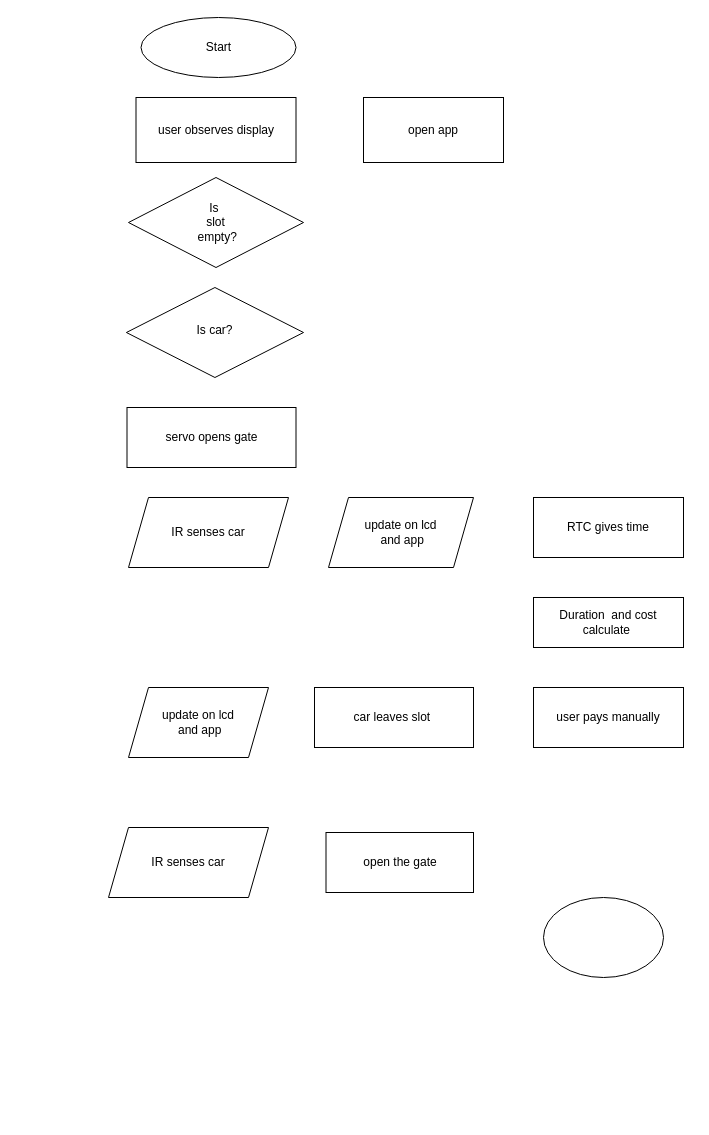
The draw.io diagram Untitled Diagram.drawio in itsmegarvin/MinorProject, before the edit. Source tidied: cells renumbered, new cells numbered last; positions are measured from the earlier drawing's top-left corner, leaving out a move shared by most shapes. Both pictures are drawn from the tidied source at 100%, with x=0, y=0 at pixel (108, 17).
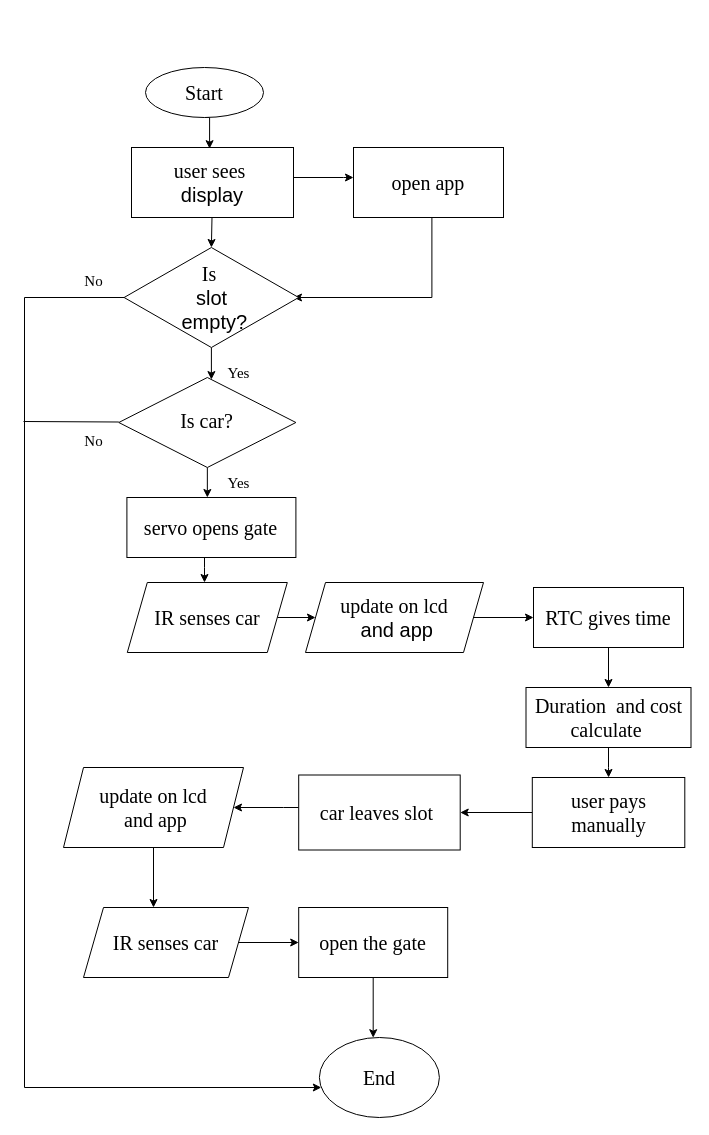
Above is the later version.

What changed in the source:
```diff
@@
+    <mxCell id="18" style="edgeStyle=orthogonalEdgeStyle;rounded=0;jettySize=auto;html=1;" parent="1" edge="1" source="2" target="6">
+      <mxGeometry relative="1" as="geometry">
+        <Array as="points">
+          <mxPoint x="106" y="450" />
+          <mxPoint x="106" y="450" />
+        </Array>
+      </mxGeometry>
+    </mxCell>
-    <mxCell id="2" value="&lt;span style=&quot;background-color: initial;&quot;&gt;Is car?&lt;/span&gt;" style="rhombus;whiteSpace=wrap;html=1;shadow=0;fontFamily=Helvetica;fontSize=12;align=center;strokeWidth=1;spacing=6;spacingTop=-4;" parent="1" vertex="1">
-      <mxGeometry x="17.9" y="270" width="177.1" height="90" as="geometry" />
+    <mxCell id="2" value="&lt;span style=&quot;background-color: initial;&quot;&gt;&lt;font face=&quot;Times New Roman&quot; style=&quot;font-size: 20px;&quot;&gt;Is car?&lt;/font&gt;&lt;/span&gt;" style="rhombus;whiteSpace=wrap;html=1;shadow=0;fontFamily=Helvetica;fontSize=12;align=center;strokeWidth=1;spacing=6;spacingTop=-4;" parent="1" vertex="1">
+      <mxGeometry x="10.3" y="360" width="177.1" height="90" as="geometry" />
     </mxCell>
+    <mxCell id="19" style="edgeStyle=orthogonalEdgeStyle;rounded=0;jettySize=auto;html=1;exitX=0.5;exitY=1;exitDx=0;exitDy=0;entryX=0.482;entryY=0.017;entryDx=0;entryDy=0;entryPerimeter=0;" parent="1" edge="1" source="3" target="7">
+      <mxGeometry relative="1" as="geometry" />
+    </mxCell>
-    <mxCell id="3" value="Start" style="ellipse;whiteSpace=wrap;html=1;" parent="1" vertex="1">
-      <mxGeometry x="32.5" width="155" height="60" as="geometry" />
+    <mxCell id="3" value="&lt;font face=&quot;Times New Roman&quot; style=&quot;font-size: 20px;&quot;&gt;Start&lt;/font&gt;" style="ellipse;whiteSpace=wrap;html=1;" parent="1" vertex="1">
+      <mxGeometry x="37" y="50" width="118" height="50" as="geometry" />
     </mxCell>
+    <mxCell id="20" style="edgeStyle=orthogonalEdgeStyle;rounded=0;jettySize=auto;html=1;" parent="1" edge="1" source="4" target="5">
+      <mxGeometry relative="1" as="geometry" />
+    </mxCell>
-    <mxCell id="4" value="IR senses car" style="shape=parallelogram;perimeter=parallelogramPerimeter;whiteSpace=wrap;html=1;fixedSize=1;" parent="1" vertex="1">
-      <mxGeometry x="20" y="480" width="160" height="70" as="geometry" />
+    <mxCell id="4" value="&lt;font face=&quot;Times New Roman&quot; style=&quot;font-size: 20px;&quot;&gt;IR senses car&lt;/font&gt;" style="shape=parallelogram;perimeter=parallelogramPerimeter;whiteSpace=wrap;html=1;fixedSize=1;" parent="1" vertex="1">
+      <mxGeometry x="18.8" y="565" width="160" height="70" as="geometry" />
     </mxCell>
+    <mxCell id="21" style="edgeStyle=orthogonalEdgeStyle;rounded=0;jettySize=auto;html=1;" parent="1" edge="1" source="5" target="11">
+      <mxGeometry relative="1" as="geometry" />
+    </mxCell>
-    <mxCell id="5" value="update on lcd&lt;div&gt;&amp;nbsp;and app&lt;/div&gt;" style="shape=parallelogram;perimeter=parallelogramPerimeter;whiteSpace=wrap;html=1;fixedSize=1;" parent="1" vertex="1">
-      <mxGeometry x="220" y="480" width="145" height="70" as="geometry" />
+    <mxCell id="5" value="&lt;font face=&quot;Times New Roman&quot; style=&quot;font-size: 20px;&quot;&gt;update on lcd&lt;/font&gt;&lt;div style=&quot;font-size: 20px;&quot;&gt;&lt;font face=&quot;xndN29Kyu_uPDST06nn5&quot; style=&quot;font-size: 20px;&quot;&gt;&amp;nbsp;and app&lt;/font&gt;&lt;/div&gt;" style="shape=parallelogram;perimeter=parallelogramPerimeter;whiteSpace=wrap;html=1;fixedSize=1;" parent="1" vertex="1">
+      <mxGeometry x="197" y="565" width="178" height="70" as="geometry" />
     </mxCell>
+    <mxCell id="22" style="edgeStyle=orthogonalEdgeStyle;rounded=0;jettySize=auto;html=1;" parent="1" edge="1" source="6" target="4">
+      <mxGeometry relative="1" as="geometry">
+        <Array as="points">
+          <mxPoint x="96" y="550" />
+          <mxPoint x="96" y="550" />
+        </Array>
+      </mxGeometry>
+    </mxCell>
-    <mxCell id="6" value="servo opens gate" style="rounded=0;whiteSpace=wrap;html=1;" parent="1" vertex="1">
-      <mxGeometry x="18.5" y="390" width="169" height="60" as="geometry" />
+    <mxCell id="6" value="&lt;font face=&quot;Times New Roman&quot; style=&quot;font-size: 20px;&quot;&gt;servo opens gate&lt;/font&gt;" style="rounded=0;whiteSpace=wrap;html=1;" parent="1" vertex="1">
+      <mxGeometry x="18.4" y="480" width="169" height="60" as="geometry" />
     </mxCell>
+    <mxCell id="23" style="edgeStyle=orthogonalEdgeStyle;rounded=0;jettySize=auto;html=1;entryX=0.5;entryY=0;entryDx=0;entryDy=0;" parent="1" edge="1" target="9">
+      <mxGeometry relative="1" as="geometry">
+        <mxPoint x="103.7" y="190" as="sourcePoint" />
+        <Array as="points">
+          <mxPoint x="102" y="190" />
+        </Array>
+      </mxGeometry>
+    </mxCell>
+    <mxCell id="24" style="edgeStyle=orthogonalEdgeStyle;rounded=0;jettySize=auto;html=1;strokeColor=default;" parent="1" edge="1" source="7" target="8">
+      <mxGeometry relative="1" as="geometry">
+        <Array as="points">
+          <mxPoint x="235" y="160" />
+          <mxPoint x="235" y="160" />
+        </Array>
+      </mxGeometry>
+    </mxCell>
-    <mxCell id="7" value="user observes&lt;span style=&quot;background-color: initial;&quot;&gt;&amp;nbsp;display&lt;/span&gt;" style="rounded=0;whiteSpace=wrap;html=1;" parent="1" vertex="1">
-      <mxGeometry x="27.5" y="80" width="160" height="65" as="geometry" />
+    <mxCell id="7" value="&lt;font style=&quot;font-size: 20px;&quot;&gt;&lt;font face=&quot;Times New Roman&quot; style=&quot;font-size: 20px;&quot;&gt;user sees&amp;nbsp;&lt;/font&gt;&lt;/font&gt;&lt;div style=&quot;font-size: 20px;&quot;&gt;&lt;font face=&quot;jNoKSoAEFJ3FaOSYhEjB&quot; style=&quot;font-size: 20px;&quot;&gt;&lt;span style=&quot;background-color: initial;&quot;&gt;display&lt;/span&gt;&lt;/font&gt;&lt;/div&gt;" style="rounded=0;whiteSpace=wrap;html=1;" parent="1" vertex="1">
+      <mxGeometry x="23" y="130" width="162" height="70" as="geometry" />
     </mxCell>
+    <mxCell id="25" style="edgeStyle=orthogonalEdgeStyle;rounded=0;orthogonalLoop=1;jettySize=auto;html=1;exitX=0.491;exitY=1.059;exitDx=0;exitDy=0;exitPerimeter=0;" parent="1" edge="1">
+      <mxGeometry relative="1" as="geometry">
+        <mxPoint x="323.4" y="200" as="sourcePoint" />
+        <mxPoint x="185" y="280" as="targetPoint" />
+        <Array as="points">
+          <mxPoint x="323" y="280" />
+        </Array>
+      </mxGeometry>
+    </mxCell>
-    <mxCell id="8" value="open app" style="rounded=0;whiteSpace=wrap;html=1;" parent="1" vertex="1">
-      <mxGeometry x="255" y="80" width="140" height="65" as="geometry" />
+    <mxCell id="8" value="&lt;font face=&quot;Times New Roman&quot; style=&quot;font-size: 20px;&quot;&gt;open app&lt;/font&gt;" style="rounded=0;whiteSpace=wrap;html=1;" parent="1" vertex="1">
+      <mxGeometry x="245" y="130" width="150" height="70" as="geometry" />
     </mxCell>
+    <mxCell id="26" style="edgeStyle=orthogonalEdgeStyle;rounded=0;jettySize=auto;html=1;" parent="1" edge="1" source="9" target="2">
+      <mxGeometry relative="1" as="geometry">
+        <Array as="points">
+          <mxPoint x="99" y="320" />
+          <mxPoint x="99" y="320" />
+        </Array>
+      </mxGeometry>
+    </mxCell>
+    <mxCell id="27" style="edgeStyle=orthogonalEdgeStyle;rounded=0;jettySize=auto;html=1;" parent="1" edge="1" source="9" target="16">
+      <mxGeometry relative="1" as="geometry">
+        <Array as="points">
+          <mxPoint x="-84" y="280" />
+          <mxPoint x="-84" y="1070" />
+        </Array>
+      </mxGeometry>
+    </mxCell>
-    <mxCell id="9" value="Is&lt;span style=&quot;background-color: initial;&quot;&gt;&amp;nbsp;&lt;/span&gt;&lt;div&gt;&lt;span style=&quot;background-color: initial;&quot;&gt;slot&lt;/span&gt;&lt;div&gt;&lt;div&gt;&amp;nbsp;empty?&lt;/div&gt;&lt;/div&gt;&lt;/div&gt;" style="rhombus;whiteSpace=wrap;html=1;" parent="1" vertex="1">
-      <mxGeometry x="20" y="160" width="175" height="90" as="geometry" />
+    <mxCell id="9" value="&lt;font face=&quot;Times New Roman&quot; style=&quot;font-size: 20px;&quot;&gt;Is&lt;span style=&quot;background-color: initial;&quot;&gt;&amp;nbsp;&lt;/span&gt;&lt;/font&gt;&lt;div style=&quot;font-size: 20px;&quot;&gt;&lt;span style=&quot;background-color: initial;&quot;&gt;&lt;font face=&quot;rsoMX7ZEUhIfmytFhGRy&quot; style=&quot;font-size: 20px;&quot;&gt;slot&lt;/font&gt;&lt;/span&gt;&lt;div style=&quot;&quot;&gt;&lt;div style=&quot;&quot;&gt;&lt;font face=&quot;rsoMX7ZEUhIfmytFhGRy&quot; style=&quot;font-size: 20px;&quot;&gt;&amp;nbsp;empty?&lt;/font&gt;&lt;/div&gt;&lt;/div&gt;&lt;/div&gt;" style="rhombus;whiteSpace=wrap;html=1;" parent="1" vertex="1">
+      <mxGeometry x="15.6" y="230" width="174.6" height="100" as="geometry" />
     </mxCell>
+    <mxCell id="28" style="edgeStyle=orthogonalEdgeStyle;rounded=0;jettySize=auto;html=1;" parent="1" edge="1" source="10" target="13">
+      <mxGeometry relative="1" as="geometry" />
+    </mxCell>
-    <mxCell id="10" value="user pays manually" style="rounded=0;whiteSpace=wrap;html=1;" parent="1" vertex="1">
-      <mxGeometry x="425" y="670" width="150" height="60" as="geometry" />
+    <mxCell id="10" value="&lt;font face=&quot;Times New Roman&quot; style=&quot;font-size: 20px;&quot;&gt;user pays manually&lt;/font&gt;" style="rounded=0;whiteSpace=wrap;html=1;" parent="1" vertex="1">
+      <mxGeometry x="423.8" y="760" width="152.5" height="70" as="geometry" />
     </mxCell>
+    <mxCell id="29" style="edgeStyle=orthogonalEdgeStyle;rounded=0;jettySize=auto;html=1;" parent="1" edge="1" source="11" target="12">
+      <mxGeometry relative="1" as="geometry" />
+    </mxCell>
-    <mxCell id="11" value="&lt;div&gt;RTC gives time&lt;/div&gt;" style="rounded=0;whiteSpace=wrap;html=1;" parent="1" vertex="1">
-      <mxGeometry x="425" y="480" width="150" height="60" as="geometry" />
+    <mxCell id="11" value="&lt;div&gt;&lt;font face=&quot;Times New Roman&quot; style=&quot;font-size: 20px;&quot;&gt;RTC gives time&lt;/font&gt;&lt;/div&gt;" style="rounded=0;whiteSpace=wrap;html=1;" parent="1" vertex="1">
+      <mxGeometry x="425" y="570" width="150" height="60" as="geometry" />
     </mxCell>
+    <mxCell id="30" style="edgeStyle=orthogonalEdgeStyle;rounded=0;jettySize=auto;html=1;" parent="1" edge="1" source="12" target="10">
+      <mxGeometry relative="1" as="geometry" />
+    </mxCell>
-    <mxCell id="12" value="Duration&amp;nbsp; and cost calculate&amp;nbsp;" style="rounded=0;whiteSpace=wrap;html=1;" parent="1" vertex="1">
-      <mxGeometry x="425" y="580" width="150" height="50" as="geometry" />
+    <mxCell id="12" value="&lt;font face=&quot;Times New Roman&quot; style=&quot;font-size: 20px;&quot;&gt;Duration&amp;nbsp; and cost calculate&amp;nbsp;&lt;/font&gt;" style="rounded=0;whiteSpace=wrap;html=1;" parent="1" vertex="1">
+      <mxGeometry x="417.5" y="670" width="165" height="60" as="geometry" />
     </mxCell>
+    <mxCell id="31" style="edgeStyle=orthogonalEdgeStyle;rounded=0;jettySize=auto;html=1;" parent="1" edge="1" source="13" target="15">
+      <mxGeometry relative="1" as="geometry">
+        <Array as="points">
+          <mxPoint x="175" y="790" />
+          <mxPoint x="175" y="790" />
+        </Array>
+      </mxGeometry>
+    </mxCell>
-    <mxCell id="13" value="car leaves slot&amp;nbsp;" style="rounded=0;whiteSpace=wrap;html=1;" parent="1" vertex="1">
-      <mxGeometry x="206" y="670" width="159" height="60" as="geometry" />
+    <mxCell id="13" value="&lt;font face=&quot;Times New Roman&quot; style=&quot;font-size: 20px;&quot;&gt;car leaves slot&amp;nbsp;&lt;/font&gt;" style="rounded=0;whiteSpace=wrap;html=1;" parent="1" vertex="1">
+      <mxGeometry x="190.2" y="757.5" width="161.5" height="75" as="geometry" />
     </mxCell>
+    <mxCell id="32" style="edgeStyle=orthogonalEdgeStyle;rounded=0;jettySize=auto;html=1;" parent="1" edge="1" source="14" target="16">
+      <mxGeometry relative="1" as="geometry">
+        <Array as="points">
+          <mxPoint x="265" y="930" />
+        </Array>
+      </mxGeometry>
+    </mxCell>
-    <mxCell id="14" value="open the gate" style="rounded=0;whiteSpace=wrap;html=1;" parent="1" vertex="1">
-      <mxGeometry x="217.5" y="815" width="147.5" height="60" as="geometry" />
+    <mxCell id="14" value="&lt;font face=&quot;Times New Roman&quot; style=&quot;font-size: 20px;&quot;&gt;open the gate&lt;/font&gt;" style="rounded=0;whiteSpace=wrap;html=1;" parent="1" vertex="1">
+      <mxGeometry x="190.2" y="890" width="149" height="70" as="geometry" />
     </mxCell>
+    <mxCell id="33" style="edgeStyle=orthogonalEdgeStyle;rounded=0;jettySize=auto;html=1;" parent="1" edge="1" source="15" target="17">
+      <mxGeometry relative="1" as="geometry">
+        <Array as="points">
+          <mxPoint x="75" y="890" />
+          <mxPoint x="75" y="890" />
+        </Array>
+      </mxGeometry>
+    </mxCell>
-    <mxCell id="15" value="update on lcd&lt;div&gt;&amp;nbsp;and app&lt;/div&gt;" style="shape=parallelogram;perimeter=parallelogramPerimeter;whiteSpace=wrap;html=1;fixedSize=1;" parent="1" vertex="1">
-      <mxGeometry x="20" y="670" width="140" height="70" as="geometry" />
+    <mxCell id="15" value="&lt;font face=&quot;Times New Roman&quot; style=&quot;font-size: 20px;&quot;&gt;update on lcd&lt;/font&gt;&lt;div style=&quot;font-size: 20px;&quot;&gt;&lt;font face=&quot;Times New Roman&quot; style=&quot;font-size: 20px;&quot;&gt;&amp;nbsp;and app&lt;/font&gt;&lt;/div&gt;" style="shape=parallelogram;perimeter=parallelogramPerimeter;whiteSpace=wrap;html=1;fixedSize=1;" parent="1" vertex="1">
+      <mxGeometry x="-45" y="750" width="180" height="80" as="geometry" />
     </mxCell>
-    <mxCell id="16" style="ellipse;whiteSpace=wrap;html=1;" parent="1" vertex="1">
-      <mxGeometry x="435" y="880" width="120" height="80" as="geometry" />
+    <mxCell id="16" value="&lt;font face=&quot;Times New Roman&quot; style=&quot;font-size: 20px;&quot;&gt;End&lt;/font&gt;" style="ellipse;whiteSpace=wrap;html=1;" parent="1" vertex="1">
+      <mxGeometry x="210.9" y="1020" width="120" height="80" as="geometry" />
     </mxCell>
+    <mxCell id="34" style="edgeStyle=orthogonalEdgeStyle;rounded=0;jettySize=auto;html=1;" parent="1" edge="1" source="17" target="14">
+      <mxGeometry relative="1" as="geometry" />
+    </mxCell>
-    <mxCell id="17" value="IR senses car" style="shape=parallelogram;perimeter=parallelogramPerimeter;whiteSpace=wrap;html=1;fixedSize=1;" parent="1" vertex="1">
-      <mxGeometry y="810" width="160" height="70" as="geometry" />
+    <mxCell id="17" value="&lt;font face=&quot;Times New Roman&quot; style=&quot;font-size: 20px;&quot;&gt;IR senses car&lt;/font&gt;" style="shape=parallelogram;perimeter=parallelogramPerimeter;whiteSpace=wrap;html=1;fixedSize=1;" parent="1" vertex="1">
+      <mxGeometry x="-25" y="890" width="165" height="70" as="geometry" />
     </mxCell>
+    <mxCell id="35" value="&lt;font style=&quot;font-size: 15px;&quot; face=&quot;Times New Roman&quot;&gt;Yes&lt;/font&gt;" style="text;html=1;align=center;verticalAlign=middle;strokeColor=none;fillColor=none;" parent="1" vertex="1">
+      <mxGeometry x="105" y="340" width="50" height="30" as="geometry" />
+    </mxCell>
+    <mxCell id="36" value="&lt;font style=&quot;font-size: 15px;&quot; face=&quot;Times New Roman&quot;&gt;Yes&lt;/font&gt;" style="text;html=1;align=center;verticalAlign=middle;strokeColor=none;fillColor=none;" parent="1" vertex="1">
+      <mxGeometry x="105" y="450" width="50" height="30" as="geometry" />
+    </mxCell>
+    <mxCell id="37" value="&lt;font face=&quot;Times New Roman&quot; style=&quot;font-size: 15px;&quot;&gt;No&lt;/font&gt;" style="text;html=1;align=center;verticalAlign=middle;strokeColor=none;fillColor=none;" parent="1" vertex="1">
+      <mxGeometry x="-35" y="248" width="40" height="30" as="geometry" />
+    </mxCell>
+    <mxCell id="38" style="endArrow=none;html=1;rounded=0;" parent="1" edge="1">
+      <mxGeometry relative="1" as="geometry">
+        <mxPoint x="-85" y="404" as="sourcePoint" />
+        <mxPoint x="10.3" y="404.5" as="targetPoint" />
+      </mxGeometry>
+    </mxCell>
+    <mxCell id="39" value="&lt;font face=&quot;Times New Roman&quot; style=&quot;font-size: 15px;&quot;&gt;No&lt;/font&gt;" style="text;html=1;align=center;verticalAlign=middle;strokeColor=none;fillColor=none;" parent="1" vertex="1">
+      <mxGeometry x="-35" y="408" width="40" height="30" as="geometry" />
+    </mxCell>
```
